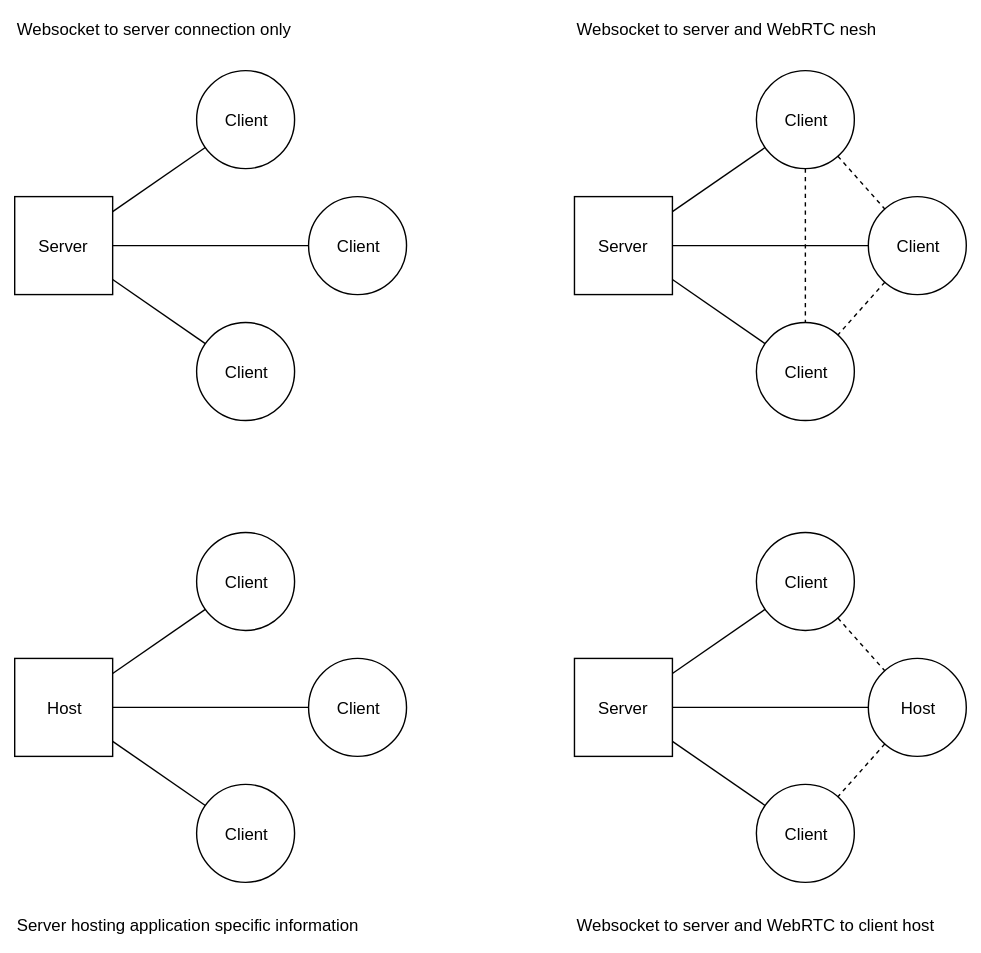
This is Documentation/Design/NetTopology.svg from JirkaDellOro/FUDGE, a draw.io export, as it was before one commit. Source tidied: cells renumbered, new cells last; positions are measured from the earlier drawing's top-left corner, leaving out a move shared by most shapes. The source it was exported from:
```xml
<mxGraphModel>
  <root>
    <mxCell id="0" />
    <mxCell id="1" parent="0" />
    <mxCell id="2" value="Client" style="ellipse;whiteSpace=wrap;html=1;rounded=1;shadow=0;strokeWidth=1;comic=1;" parent="1" vertex="1">
      <mxGeometry x="130" y="40" width="70" height="70" as="geometry" />
    </mxCell>
    <mxCell id="3" style="rounded=0;jettySize=auto;html=1;endArrow=none;endFill=0;" parent="1" edge="1" source="5" target="2">
      <mxGeometry relative="1" as="geometry" />
    </mxCell>
    <mxCell id="4" style="edgeStyle=none;rounded=0;jettySize=auto;html=1;endArrow=none;endFill=0;" parent="1" edge="1" source="5" target="7">
      <mxGeometry relative="1" as="geometry" />
    </mxCell>
    <mxCell id="5" value="&lt;div style=&quot;text-align: left&quot;&gt;Server&lt;/div&gt;" style="rounded=0;whiteSpace=wrap;html=1;comic=0;shadow=0;" parent="1" vertex="1">
      <mxGeometry y="130" width="70" height="70" as="geometry" />
    </mxCell>
    <mxCell id="6" value="Client" style="ellipse;whiteSpace=wrap;html=1;rounded=1;shadow=0;strokeWidth=1;comic=1;" parent="1" vertex="1">
      <mxGeometry x="210" y="130" width="70" height="70" as="geometry" />
    </mxCell>
    <mxCell id="7" value="Client" style="ellipse;whiteSpace=wrap;html=1;rounded=1;shadow=0;strokeWidth=1;comic=1;" parent="1" vertex="1">
      <mxGeometry x="130" y="220" width="70" height="70" as="geometry" />
    </mxCell>
    <mxCell id="8" style="endArrow=none;html=1;" parent="1" edge="1" source="6" target="5">
      <mxGeometry relative="1" as="geometry" />
    </mxCell>
    <mxCell id="9" style="edgeStyle=none;rounded=0;jettySize=auto;html=1;endArrow=none;endFill=0;dashed=1;" parent="1" edge="1" source="11" target="17">
      <mxGeometry relative="1" as="geometry" />
    </mxCell>
    <mxCell id="10" style="edgeStyle=none;rounded=0;jettySize=auto;html=1;dashed=1;endArrow=none;endFill=0;" parent="1" edge="1" source="11" target="16">
      <mxGeometry relative="1" as="geometry" />
    </mxCell>
    <mxCell id="11" value="Client" style="ellipse;whiteSpace=wrap;html=1;rounded=1;shadow=0;strokeWidth=1;comic=1;" parent="1" vertex="1">
      <mxGeometry x="530" y="40" width="70" height="70" as="geometry" />
    </mxCell>
    <mxCell id="12" style="rounded=0;jettySize=auto;html=1;endArrow=none;endFill=0;" parent="1" edge="1" source="14" target="11">
      <mxGeometry relative="1" as="geometry" />
    </mxCell>
    <mxCell id="13" style="edgeStyle=none;rounded=0;jettySize=auto;html=1;endArrow=none;endFill=0;" parent="1" edge="1" source="14" target="17">
      <mxGeometry relative="1" as="geometry" />
    </mxCell>
    <mxCell id="14" value="&lt;div style=&quot;text-align: left&quot;&gt;Server&lt;/div&gt;" style="rounded=0;whiteSpace=wrap;html=1;comic=0;shadow=0;" parent="1" vertex="1">
      <mxGeometry x="400" y="130" width="70" height="70" as="geometry" />
    </mxCell>
    <mxCell id="15" style="edgeStyle=none;rounded=0;jettySize=auto;html=1;dashed=1;endArrow=none;endFill=0;" parent="1" edge="1" source="16" target="17">
      <mxGeometry relative="1" as="geometry" />
    </mxCell>
    <mxCell id="16" value="Client" style="ellipse;whiteSpace=wrap;html=1;rounded=1;shadow=0;strokeWidth=1;comic=1;" parent="1" vertex="1">
      <mxGeometry x="610" y="130" width="70" height="70" as="geometry" />
    </mxCell>
    <mxCell id="17" value="Client" style="ellipse;whiteSpace=wrap;html=1;rounded=1;shadow=0;strokeWidth=1;comic=1;" parent="1" vertex="1">
      <mxGeometry x="530" y="220" width="70" height="70" as="geometry" />
    </mxCell>
    <mxCell id="18" style="endArrow=none;html=1;" parent="1" edge="1" source="16" target="14">
      <mxGeometry relative="1" as="geometry" />
    </mxCell>
    <mxCell id="19" style="edgeStyle=none;rounded=0;jettySize=auto;html=1;dashed=1;endArrow=none;endFill=0;" parent="1" edge="1" source="20" target="25">
      <mxGeometry relative="1" as="geometry" />
    </mxCell>
    <mxCell id="20" value="Client" style="ellipse;whiteSpace=wrap;html=1;rounded=1;shadow=0;strokeWidth=1;comic=1;" parent="1" vertex="1">
      <mxGeometry x="530" y="370" width="70" height="70" as="geometry" />
    </mxCell>
    <mxCell id="21" style="rounded=0;jettySize=auto;html=1;endArrow=none;endFill=0;" parent="1" edge="1" source="23" target="20">
      <mxGeometry relative="1" as="geometry" />
    </mxCell>
    <mxCell id="22" style="edgeStyle=none;rounded=0;jettySize=auto;html=1;endArrow=none;endFill=0;" parent="1" edge="1" source="23" target="26">
      <mxGeometry relative="1" as="geometry" />
    </mxCell>
    <mxCell id="23" value="&lt;div style=&quot;text-align: left&quot;&gt;Server&lt;/div&gt;" style="rounded=0;whiteSpace=wrap;html=1;comic=0;shadow=0;" parent="1" vertex="1">
      <mxGeometry x="400" y="460" width="70" height="70" as="geometry" />
    </mxCell>
    <mxCell id="24" style="edgeStyle=none;rounded=0;jettySize=auto;html=1;dashed=1;endArrow=none;endFill=0;" parent="1" edge="1" source="25" target="26">
      <mxGeometry relative="1" as="geometry" />
    </mxCell>
    <mxCell id="25" value="Host" style="ellipse;whiteSpace=wrap;html=1;rounded=1;shadow=0;strokeWidth=1;comic=1;" parent="1" vertex="1">
      <mxGeometry x="610" y="460" width="70" height="70" as="geometry" />
    </mxCell>
    <mxCell id="26" value="Client" style="ellipse;whiteSpace=wrap;html=1;rounded=1;shadow=0;strokeWidth=1;comic=1;" parent="1" vertex="1">
      <mxGeometry x="530" y="550" width="70" height="70" as="geometry" />
    </mxCell>
    <mxCell id="27" style="endArrow=none;html=1;" parent="1" edge="1" source="25" target="23">
      <mxGeometry relative="1" as="geometry" />
    </mxCell>
    <mxCell id="28" value="Client" style="ellipse;whiteSpace=wrap;html=1;rounded=1;shadow=0;strokeWidth=1;comic=1;" parent="1" vertex="1">
      <mxGeometry x="130" y="370" width="70" height="70" as="geometry" />
    </mxCell>
    <mxCell id="29" style="rounded=0;jettySize=auto;html=1;endArrow=none;endFill=0;" parent="1" edge="1" source="31" target="28">
      <mxGeometry relative="1" as="geometry" />
    </mxCell>
    <mxCell id="30" style="edgeStyle=none;rounded=0;jettySize=auto;html=1;endArrow=none;endFill=0;" parent="1" edge="1" source="31" target="33">
      <mxGeometry relative="1" as="geometry" />
    </mxCell>
    <mxCell id="31" value="&lt;div style=&quot;text-align: left&quot;&gt;Host&lt;/div&gt;" style="rounded=0;whiteSpace=wrap;html=1;comic=0;shadow=0;" parent="1" vertex="1">
      <mxGeometry y="460" width="70" height="70" as="geometry" />
    </mxCell>
    <mxCell id="32" value="Client" style="ellipse;whiteSpace=wrap;html=1;rounded=1;shadow=0;strokeWidth=1;comic=1;" parent="1" vertex="1">
      <mxGeometry x="210" y="460" width="70" height="70" as="geometry" />
    </mxCell>
    <mxCell id="33" value="Client" style="ellipse;whiteSpace=wrap;html=1;rounded=1;shadow=0;strokeWidth=1;comic=1;" parent="1" vertex="1">
      <mxGeometry x="130" y="550" width="70" height="70" as="geometry" />
    </mxCell>
    <mxCell id="34" style="endArrow=none;html=1;" parent="1" edge="1" source="32" target="31">
      <mxGeometry relative="1" as="geometry" />
    </mxCell>
    <mxCell id="35" value="Websocket to server connection only" style="text;html=1;strokeColor=none;fillColor=none;align=left;verticalAlign=middle;whiteSpace=wrap;rounded=0;shadow=0;comic=0;" parent="1" vertex="1">
      <mxGeometry width="280" height="20" as="geometry" />
    </mxCell>
    <mxCell id="36" value="Websocket to server and WebRTC nesh" style="text;html=1;strokeColor=none;fillColor=none;align=left;verticalAlign=middle;whiteSpace=wrap;rounded=0;shadow=0;comic=0;" parent="1" vertex="1">
      <mxGeometry x="400" width="280" height="20" as="geometry" />
    </mxCell>
    <mxCell id="37" value="Server hosting application specific information" style="text;html=1;strokeColor=none;fillColor=none;align=left;verticalAlign=middle;whiteSpace=wrap;rounded=0;shadow=0;comic=0;" parent="1" vertex="1">
      <mxGeometry y="640" width="280" height="20" as="geometry" />
    </mxCell>
    <mxCell id="38" value="Websocket to server and WebRTC to client host" style="text;html=1;strokeColor=none;fillColor=none;align=left;verticalAlign=middle;whiteSpace=wrap;rounded=0;shadow=0;comic=0;" parent="1" vertex="1">
      <mxGeometry x="400" y="640" width="280" height="20" as="geometry" />
    </mxCell>
  </root>
</mxGraphModel>
```
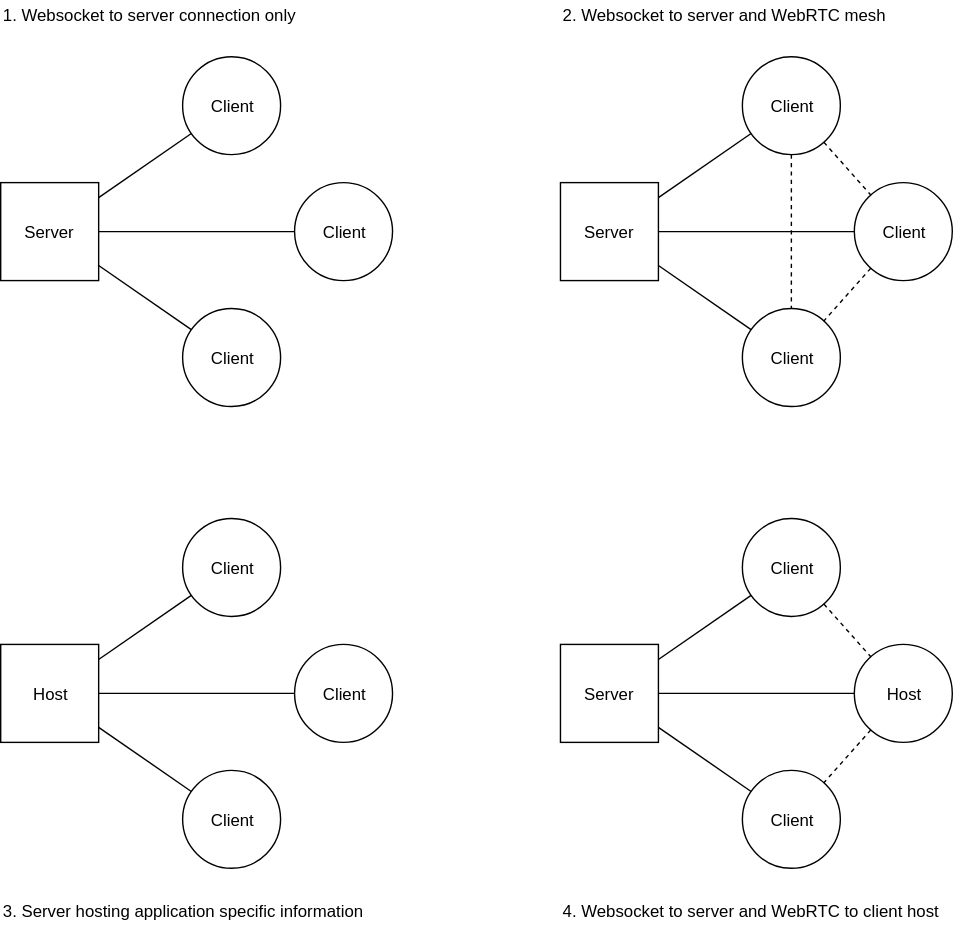
The same file after the commit.

What changed in the source:
```diff
@@ -101,16 +101,16 @@
     <mxCell id="34" style="endArrow=none;html=1;" parent="1" edge="1" source="32" target="31">
       <mxGeometry relative="1" as="geometry" />
     </mxCell>
-    <mxCell id="35" value="Websocket to server connection only" style="text;html=1;strokeColor=none;fillColor=none;align=left;verticalAlign=middle;whiteSpace=wrap;rounded=0;shadow=0;comic=0;" parent="1" vertex="1">
+    <mxCell id="35" value="1. Websocket to server connection only" style="text;html=1;strokeColor=none;fillColor=none;align=left;verticalAlign=middle;whiteSpace=wrap;rounded=0;shadow=0;comic=0;" parent="1" vertex="1">
       <mxGeometry width="280" height="20" as="geometry" />
     </mxCell>
-    <mxCell id="36" value="Websocket to server and WebRTC nesh" style="text;html=1;strokeColor=none;fillColor=none;align=left;verticalAlign=middle;whiteSpace=wrap;rounded=0;shadow=0;comic=0;" parent="1" vertex="1">
+    <mxCell id="36" value="2. Websocket to server and WebRTC mesh" style="text;html=1;strokeColor=none;fillColor=none;align=left;verticalAlign=middle;whiteSpace=wrap;rounded=0;shadow=0;comic=0;" parent="1" vertex="1">
       <mxGeometry x="400" width="280" height="20" as="geometry" />
     </mxCell>
-    <mxCell id="37" value="Server hosting application specific information" style="text;html=1;strokeColor=none;fillColor=none;align=left;verticalAlign=middle;whiteSpace=wrap;rounded=0;shadow=0;comic=0;" parent="1" vertex="1">
+    <mxCell id="37" value="3. Server hosting application specific information" style="text;html=1;strokeColor=none;fillColor=none;align=left;verticalAlign=middle;whiteSpace=wrap;rounded=0;shadow=0;comic=0;" parent="1" vertex="1">
       <mxGeometry y="640" width="280" height="20" as="geometry" />
     </mxCell>
-    <mxCell id="38" value="Websocket to server and WebRTC to client host" style="text;html=1;strokeColor=none;fillColor=none;align=left;verticalAlign=middle;whiteSpace=wrap;rounded=0;shadow=0;comic=0;" parent="1" vertex="1">
+    <mxCell id="38" value="4. Websocket to server and WebRTC to client host" style="text;html=1;strokeColor=none;fillColor=none;align=left;verticalAlign=middle;whiteSpace=wrap;rounded=0;shadow=0;comic=0;" parent="1" vertex="1">
       <mxGeometry x="400" y="640" width="280" height="20" as="geometry" />
     </mxCell>
   </root>
```
